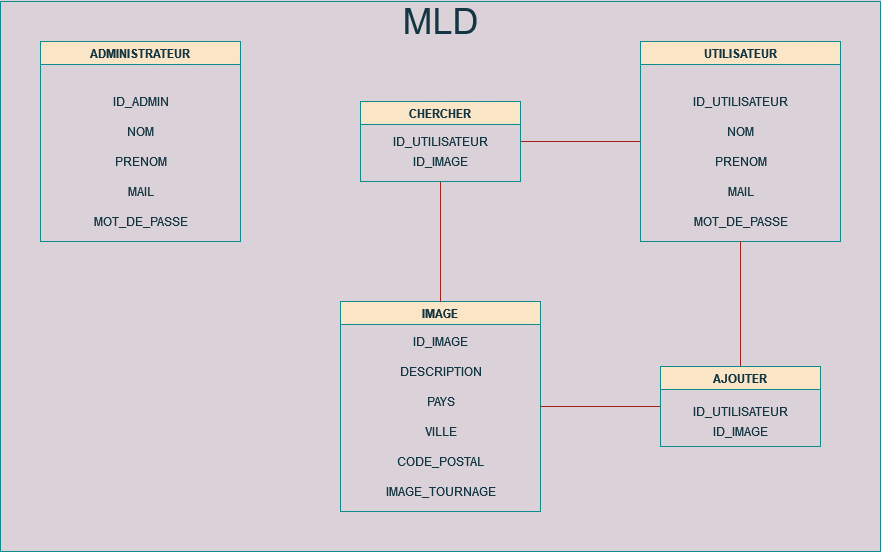
XavierTRUONG/keystone_BDD keeps this draw.io diagram as documents/MLD.png. Above is the earlier version. Source tidied: cells renumbered, new cells last; positions are measured from the earlier drawing's top-left corner, leaving out a move shared by most shapes.
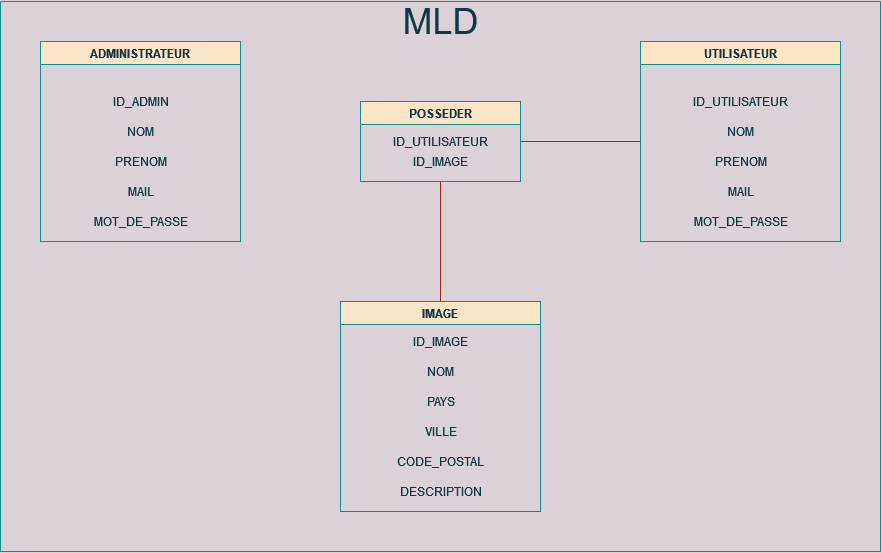
Above is the later version.

Change to the diagram source:
```diff
@@ -44,8 +44,8 @@
     <mxCell id="15" value="ID_IMAGE" style="text;html=1;align=center;verticalAlign=middle;strokeColor=none;fillColor=none;fontColor=#143642;" parent="14" vertex="1">
       <mxGeometry x="65" y="30" width="70" height="20" as="geometry" />
     </mxCell>
-    <mxCell id="16" value="DESCRIPTION" style="text;html=1;align=center;verticalAlign=middle;strokeColor=none;fillColor=none;fontColor=#143642;" parent="14" vertex="1">
-      <mxGeometry x="50" y="60" width="100" height="20" as="geometry" />
+    <mxCell id="16" value="NOM" style="text;html=1;align=center;verticalAlign=middle;strokeColor=none;fillColor=none;fontColor=#143642;" parent="14" vertex="1">
+      <mxGeometry x="80" y="60" width="40" height="20" as="geometry" />
     </mxCell>
     <mxCell id="17" value="PAYS" style="text;html=1;align=center;verticalAlign=middle;strokeColor=none;fillColor=none;fontColor=#143642;" parent="14" vertex="1">
       <mxGeometry x="80" y="90" width="40" height="20" as="geometry" />
@@ -56,8 +56,8 @@
     <mxCell id="19" value="CODE_POSTAL" style="text;html=1;align=center;verticalAlign=middle;strokeColor=none;fillColor=none;fontColor=#143642;" parent="14" vertex="1">
       <mxGeometry x="50" y="150" width="100" height="20" as="geometry" />
     </mxCell>
-    <mxCell id="20" value="IMAGE_TOURNAGE" style="text;html=1;align=center;verticalAlign=middle;strokeColor=none;fillColor=none;fontColor=#143642;" parent="14" vertex="1">
-      <mxGeometry x="40" y="180" width="120" height="20" as="geometry" />
+    <mxCell id="20" value="DESCRIPTION" style="text;html=1;align=center;verticalAlign=middle;strokeColor=none;fillColor=none;fontColor=#143642;" parent="14" vertex="1">
+      <mxGeometry x="50" y="180" width="100" height="20" as="geometry" />
     </mxCell>
     <mxCell id="21" style="endArrow=none;html=1;rounded=1;sketch=0;fontColor=#143642;strokeColor=#A8201A;fillColor=#FAE5C7;curved=0;entryX=1;entryY=0.5;entryDx=0;entryDy=0;exitX=0;exitY=0.5;exitDx=0;exitDy=0;labelBackgroundColor=#DAD2D8;" parent="1" edge="1" source="8" target="26">
       <mxGeometry relative="1" as="geometry" />
@@ -67,29 +67,12 @@
         <mxPoint x="440" y="180" as="targetPoint" />
       </mxGeometry>
     </mxCell>
-    <mxCell id="23" style="endArrow=none;html=1;rounded=1;sketch=0;fontColor=#143642;strokeColor=#A8201A;fillColor=#FAE5C7;curved=0;entryX=0.5;entryY=1;entryDx=0;entryDy=0;exitX=0.5;exitY=0;exitDx=0;exitDy=0;labelBackgroundColor=#DAD2D8;" parent="1" edge="1" target="8">
-      <mxGeometry relative="1" as="geometry">
-        <mxPoint x="740" y="365" as="sourcePoint" />
-      </mxGeometry>
-    </mxCell>
-    <mxCell id="24" style="endArrow=none;html=1;rounded=1;sketch=0;fontColor=#143642;strokeColor=#A8201A;fillColor=#FAE5C7;curved=0;entryX=0;entryY=0.5;entryDx=0;entryDy=0;exitX=1;exitY=0.5;exitDx=0;exitDy=0;labelBackgroundColor=#DAD2D8;" parent="1" edge="1" source="14" target="27">
-      <mxGeometry relative="1" as="geometry" />
-    </mxCell>
     <mxCell id="25" style="swimlane;startSize=0;rounded=0;sketch=0;fillColor=#FAE5C7;strokeColor=#0F8B8D;fontColor=#143642;" parent="1" vertex="1">
       <mxGeometry width="880" height="550" as="geometry" />
     </mxCell>
-    <mxCell id="26" value="CHERCHER" style="swimlane;rounded=0;sketch=0;fontColor=#143642;strokeColor=#0F8B8D;fillColor=#FAE5C7;" parent="25" vertex="1">
+    <mxCell id="26" value="POSSEDER" style="swimlane;rounded=0;sketch=0;fontColor=#143642;strokeColor=#0F8B8D;fillColor=#FAE5C7;" parent="25" vertex="1">
       <mxGeometry x="360" y="100" width="160" height="80" as="geometry" />
     </mxCell>
-    <mxCell id="27" value="AJOUTER" style="swimlane;rounded=0;sketch=0;fontColor=#143642;strokeColor=#0F8B8D;fillColor=#FAE5C7;" parent="25" vertex="1">
-      <mxGeometry x="660" y="365" width="160" height="80" as="geometry" />
-    </mxCell>
-    <mxCell id="28" value="ID_UTILISATEUR" style="text;html=1;align=center;verticalAlign=middle;strokeColor=none;fillColor=none;fontColor=#143642;" parent="27" vertex="1">
-      <mxGeometry x="25" y="35" width="110" height="20" as="geometry" />
-    </mxCell>
-    <mxCell id="29" value="ID_IMAGE" style="text;html=1;align=center;verticalAlign=middle;strokeColor=none;fillColor=none;fontColor=#143642;" parent="27" vertex="1">
-      <mxGeometry x="45" y="55" width="70" height="20" as="geometry" />
-    </mxCell>
     <mxCell id="30" value="ID_UTILISATEUR" style="text;html=1;align=center;verticalAlign=middle;strokeColor=none;fillColor=none;fontColor=#143642;" parent="1" vertex="1">
       <mxGeometry x="385" y="130" width="110" height="20" as="geometry" />
     </mxCell>
```
